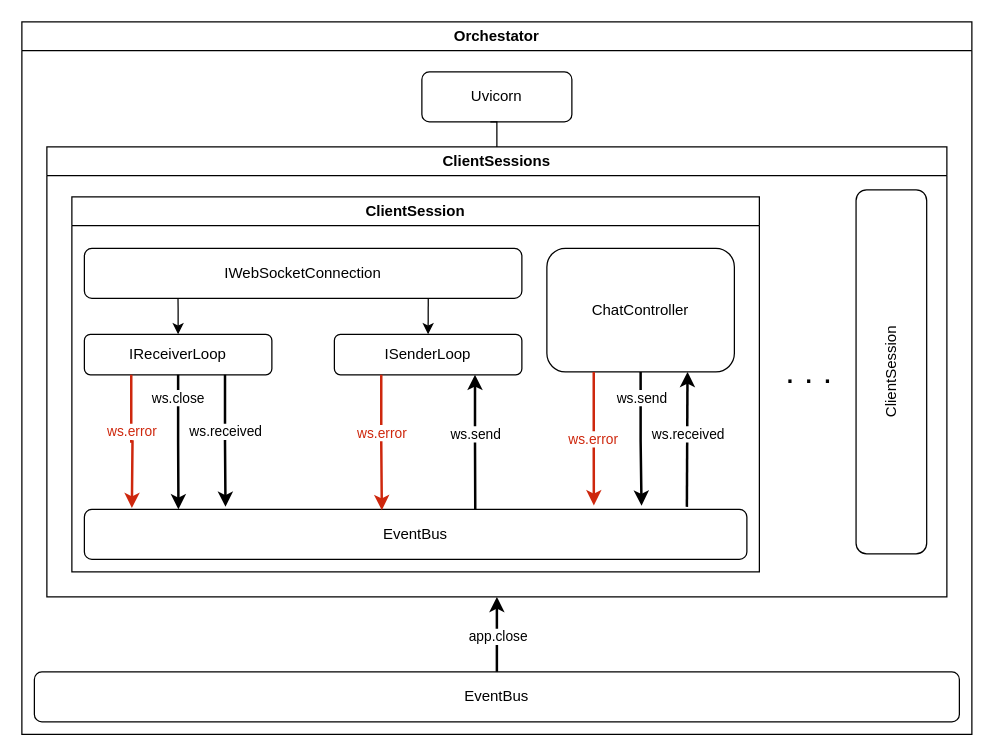
P4blo003/nyx keeps this draw.io diagram as nyx/modules/orchestator/docs/diagrams/Orchestator_Structure.drawio. Above is the earlier version. Source tidied: cells renumbered, new cells numbered last; positions are measured from the earlier drawing's top-left corner, leaving out a move shared by most shapes. Both pictures are drawn from the tidied source at 125%, with x=0, y=0 at pixel (21, 21).
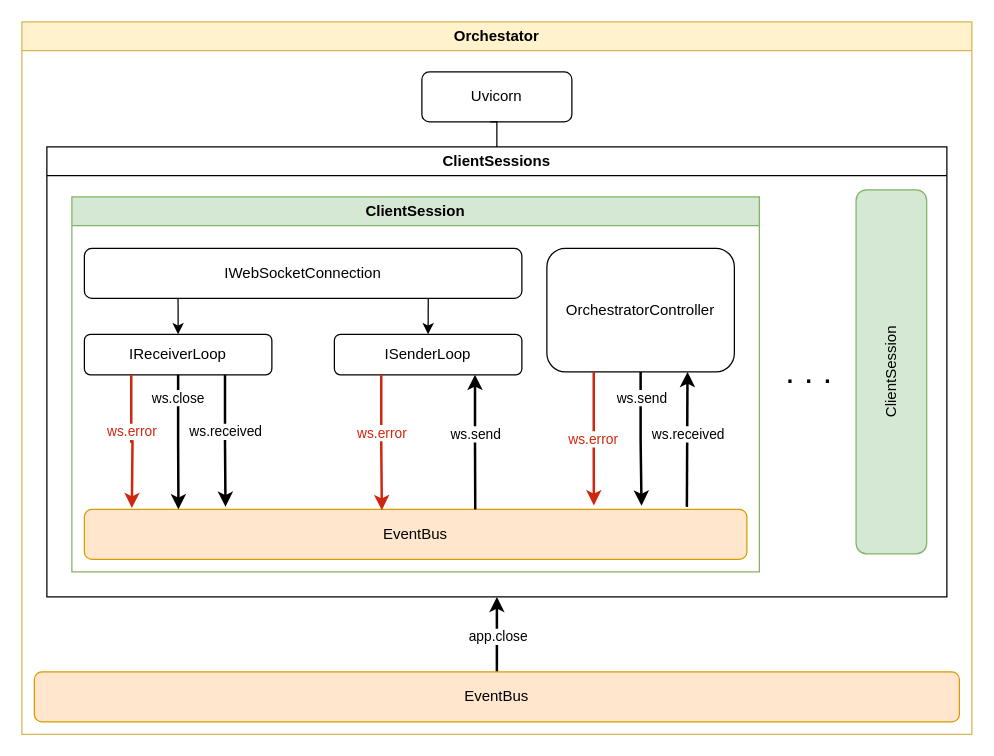
After the change.

The change refers to these unchanged cells:
```xml
<mxCell id="4" value="ClientSessions" style="swimlane;whiteSpace=wrap;html=1;" parent="2" vertex="1">
  <mxGeometry x="20" y="100" width="720" height="360" as="geometry" />
</mxCell>
```

Change to the diagram source:
```diff
@@
-    <mxCell id="2" value="Orchestator" style="swimlane;whiteSpace=wrap;html=1;" parent="1" vertex="1">
+    <mxCell id="2" value="Orchestator" style="swimlane;whiteSpace=wrap;html=1;fillColor=#fff2cc;strokeColor=#d6b656;" parent="1" vertex="1">
       <mxGeometry width="760" height="570" as="geometry" />
     </mxCell>
@@
-    <mxCell id="5" value="ClientSession" style="swimlane;whiteSpace=wrap;html=1;startSize=23;" parent="4" vertex="1">
+    <mxCell id="5" value="ClientSession" style="swimlane;whiteSpace=wrap;html=1;startSize=23;fillColor=#d5e8d4;strokeColor=#82b366;" parent="4" vertex="1">
       <mxGeometry x="20" y="40" width="550" height="300" as="geometry" />
     </mxCell>
@@
-    <mxCell id="9" value="EventBus" style="rounded=1;whiteSpace=wrap;html=1;" parent="5" vertex="1">
+    <mxCell id="9" value="EventBus" style="rounded=1;whiteSpace=wrap;html=1;fillColor=#ffe6cc;strokeColor=#d79b00;" parent="5" vertex="1">
       <mxGeometry x="10" y="250" width="530" height="40" as="geometry" />
     </mxCell>
@@
-    <mxCell id="22" value="ChatController" style="rounded=1;whiteSpace=wrap;html=1;" parent="5" vertex="1">
+    <mxCell id="22" value="OrchestratorController" style="rounded=1;whiteSpace=wrap;html=1;" parent="5" vertex="1">
       <mxGeometry x="380" y="41.2" width="150" height="98.8" as="geometry" />
     </mxCell>
@@
-    <mxCell id="29" value="ClientSession" style="rounded=1;whiteSpace=wrap;html=1;rotation=-90;" parent="4" vertex="1">
+    <mxCell id="29" value="ClientSession" style="rounded=1;whiteSpace=wrap;html=1;rotation=-90;fillColor=#d5e8d4;strokeColor=#82b366;" parent="4" vertex="1">
       <mxGeometry x="530" y="151.7" width="291.2" height="56.5" as="geometry" />
     </mxCell>
@@
-    <mxCell id="34" value="EventBus" style="rounded=1;whiteSpace=wrap;html=1;" parent="1" vertex="1">
+    <mxCell id="34" value="EventBus" style="rounded=1;whiteSpace=wrap;html=1;fillColor=#ffe6cc;strokeColor=#d79b00;" parent="1" vertex="1">
       <mxGeometry x="10" y="520" width="740" height="40" as="geometry" />
     </mxCell>
```
